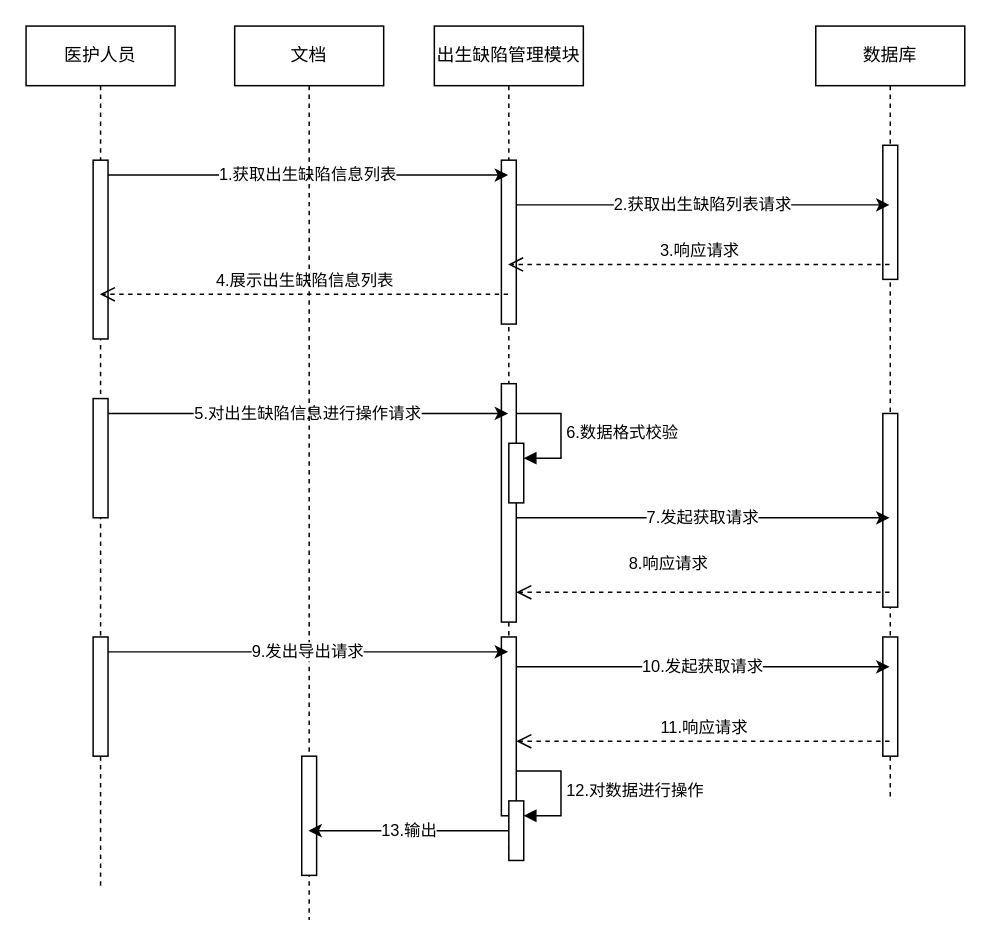
1940403482/1940403482.GitHub.io keeps this draw.io diagram as 出生缺陷时序图.drawio. Above is the earlier version. Source tidied: cells renumbered, new cells numbered last; positions are measured from the earlier drawing's top-left corner, leaving out a move shared by most shapes. Both pictures are drawn from the tidied source at 149%, with x=0, y=0 at pixel (25, 25).
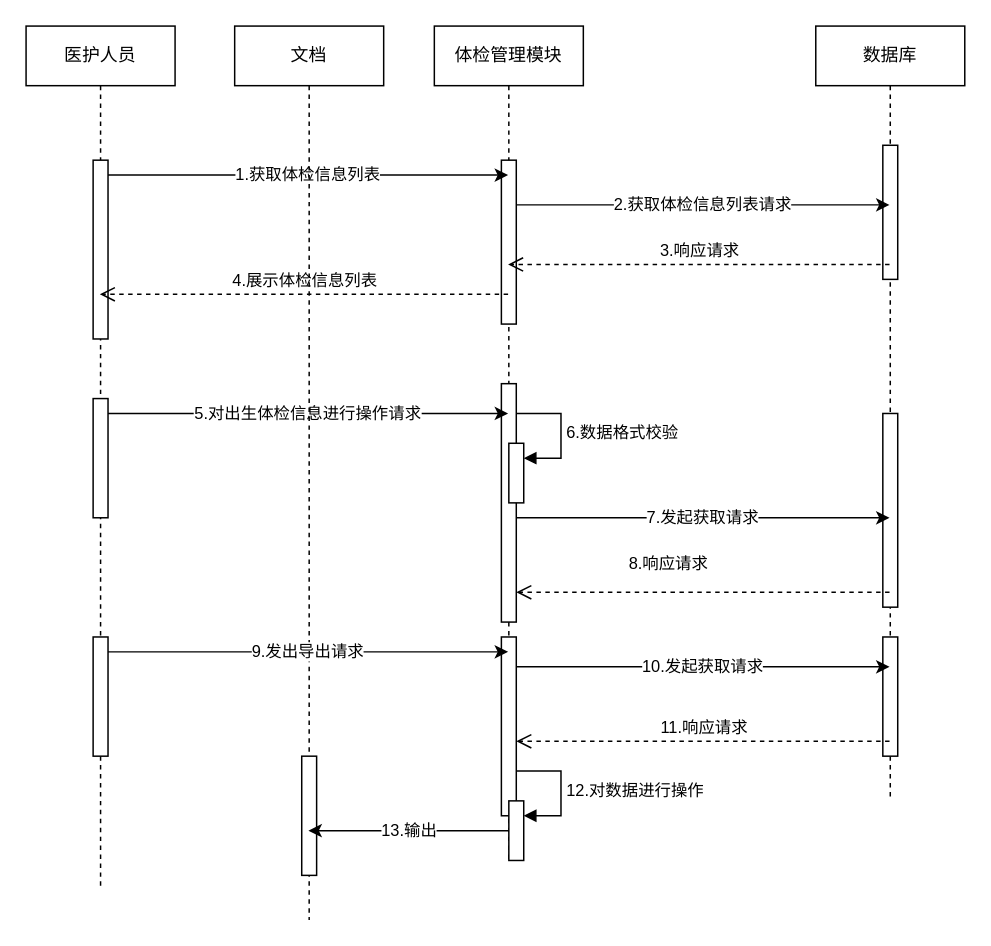
After the change.

Commit message:
更新出生缺陷时序图.drawio

The change refers to these unchanged cells:
```xml
<mxCell id="2" value="医护人员" style="shape=umlLifeline;perimeter=lifelinePerimeter;whiteSpace=wrap;html=1;outlineConnect=0;portConstraint=eastwest;newEdgeStyle={&quot;edgeStyle&quot;:&quot;elbowEdgeStyle&quot;,&quot;elbow&quot;:&quot;vertical&quot;,&quot;curved&quot;:0,&quot;rounded&quot;:0};" parent="1" vertex="1">
  <mxGeometry width="100" height="580" as="geometry" />
</mxCell>
<mxCell id="3" style="html=1;points=[];perimeter=orthogonalPerimeter;outlineConnect=0;targetShapes=umlLifeline;portConstraint=eastwest;newEdgeStyle={&quot;edgeStyle&quot;:&quot;elbowEdgeStyle&quot;,&quot;elbow&quot;:&quot;vertical&quot;,&quot;curved&quot;:0,&quot;rounded&quot;:0};" parent="2" vertex="1">
  <mxGeometry x="45" y="90" width="10" height="120" as="geometry" />
</mxCell>
<mxCell id="4" style="html=1;points=[];perimeter=orthogonalPerimeter;outlineConnect=0;targetShapes=umlLifeline;portConstraint=eastwest;newEdgeStyle={&quot;edgeStyle&quot;:&quot;elbowEdgeStyle&quot;,&quot;elbow&quot;:&quot;vertical&quot;,&quot;curved&quot;:0,&quot;rounded&quot;:0};" parent="2" vertex="1">
  <mxGeometry x="45" y="250" width="10" height="80" as="geometry" />
</mxCell>
<mxCell id="7" style="html=1;points=[];perimeter=orthogonalPerimeter;outlineConnect=0;targetShapes=umlLifeline;portConstraint=eastwest;newEdgeStyle={&quot;edgeStyle&quot;:&quot;elbowEdgeStyle&quot;,&quot;elbow&quot;:&quot;vertical&quot;,&quot;curved&quot;:0,&quot;rounded&quot;:0};" parent="6" vertex="1">
  <mxGeometry x="45" y="90" width="10" height="110" as="geometry" />
</mxCell>
<mxCell id="15" value="数据库" style="shape=umlLifeline;perimeter=lifelinePerimeter;whiteSpace=wrap;html=1;outlineConnect=0;portConstraint=eastwest;newEdgeStyle={&quot;edgeStyle&quot;:&quot;elbowEdgeStyle&quot;,&quot;elbow&quot;:&quot;vertical&quot;,&quot;curved&quot;:0,&quot;rounded&quot;:0};" parent="1" vertex="1">
  <mxGeometry x="530" width="100" height="520" as="geometry" />
</mxCell>
```

Diff of the diagram source:
```diff
@@
-    <mxCell id="6" value="出生缺陷管理模块" style="shape=umlLifeline;perimeter=lifelinePerimeter;whiteSpace=wrap;html=1;outlineConnect=0;portConstraint=eastwest;newEdgeStyle={&quot;edgeStyle&quot;:&quot;elbowEdgeStyle&quot;,&quot;elbow&quot;:&quot;vertical&quot;,&quot;curved&quot;:0,&quot;rounded&quot;:0};" parent="1" vertex="1">
+    <mxCell id="6" value="体检管理模块" style="shape=umlLifeline;perimeter=lifelinePerimeter;whiteSpace=wrap;html=1;outlineConnect=0;portConstraint=eastwest;newEdgeStyle={&quot;edgeStyle&quot;:&quot;elbowEdgeStyle&quot;,&quot;elbow&quot;:&quot;vertical&quot;,&quot;curved&quot;:0,&quot;rounded&quot;:0};" parent="1" vertex="1">
       <mxGeometry x="274" width="100" height="560" as="geometry" />
     </mxCell>
@@
-    <mxCell id="14" value="1.获取出生缺陷信息列表" style="edgeStyle=elbowEdgeStyle;rounded=0;jettySize=auto;html=1;elbow=vertical;curved=0;" parent="1" edge="1" source="3" target="6">
+    <mxCell id="14" value="1.获取体检信息列表" style="edgeStyle=elbowEdgeStyle;rounded=0;jettySize=auto;html=1;elbow=vertical;curved=0;" parent="1" edge="1" source="3" target="6">
       <mxGeometry relative="1" as="geometry">
         <Array as="points">
           <mxPoint x="140" y="100" />
         </Array>
       </mxGeometry>
     </mxCell>
@@
-    <mxCell id="19" value="2.获取出生缺陷列表请求" style="edgeStyle=elbowEdgeStyle;rounded=0;jettySize=auto;html=1;elbow=vertical;curved=0;" parent="1" edge="1" source="7" target="15">
+    <mxCell id="19" value="2.获取体检信息列表请求" style="edgeStyle=elbowEdgeStyle;rounded=0;jettySize=auto;html=1;elbow=vertical;curved=0;" parent="1" edge="1" source="7" target="15">
       <mxGeometry relative="1" as="geometry">
         <Array as="points">
           <mxPoint x="440" y="120" />
         </Array>
       </mxGeometry>
     </mxCell>
@@
-    <mxCell id="21" value="4.展示出生缺陷信息列表" style="html=1;verticalAlign=bottom;endArrow=open;dashed=1;endSize=8;edgeStyle=elbowEdgeStyle;elbow=vertical;curved=0;rounded=0;" parent="1" edge="1" source="6" target="2">
+    <mxCell id="21" value="4.展示体检信息列表" style="html=1;verticalAlign=bottom;endArrow=open;dashed=1;endSize=8;edgeStyle=elbowEdgeStyle;elbow=vertical;curved=0;rounded=0;" parent="1" edge="1" source="6" target="2">
       <mxGeometry relative="1" as="geometry">
         <Array as="points">
           <mxPoint x="180" y="180" />
         </Array>
       </mxGeometry>
     </mxCell>
-    <mxCell id="22" value="5.对出生缺陷信息进行操作请求" style="edgeStyle=elbowEdgeStyle;rounded=0;jettySize=auto;html=1;elbow=vertical;curved=0;" parent="1" edge="1" source="4" target="6">
+    <mxCell id="22" value="5.对出生体检信息进行操作请求" style="edgeStyle=elbowEdgeStyle;rounded=0;jettySize=auto;html=1;elbow=vertical;curved=0;" parent="1" edge="1" source="4" target="6">
       <mxGeometry relative="1" as="geometry">
         <Array as="points">
           <mxPoint x="180" y="260" />
         </Array>
       </mxGeometry>
     </mxCell>
```
